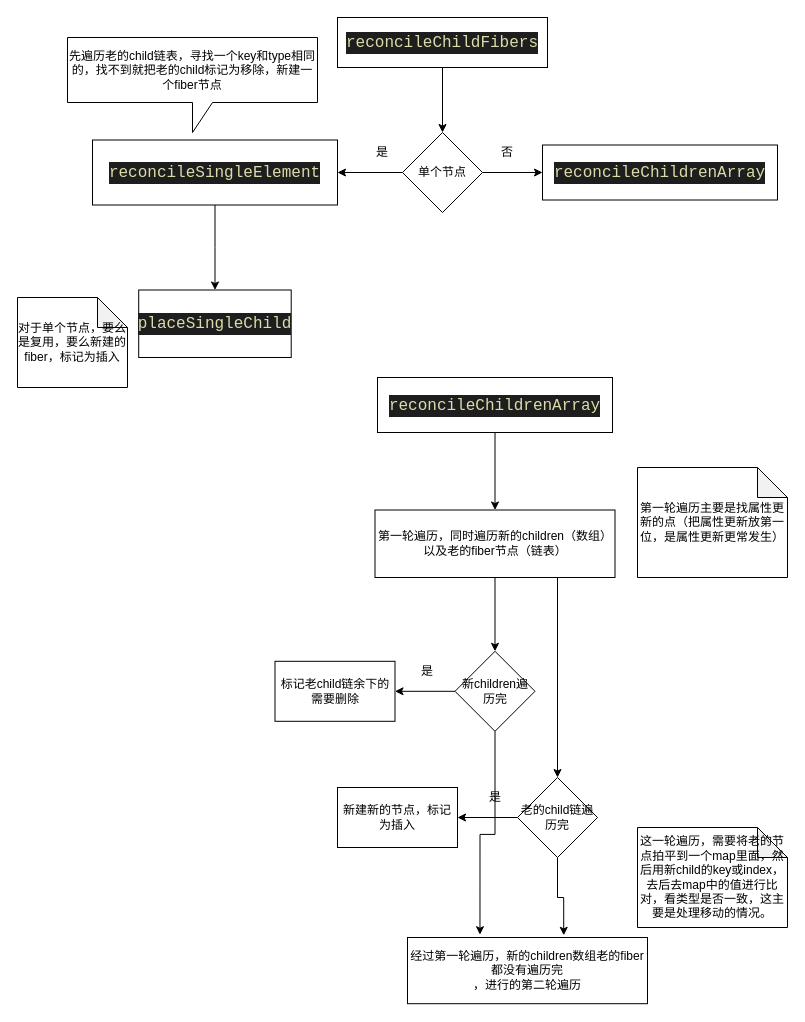
Above: react/reconcile.dio in chunyimo/source_code_read (draw.io), before the change. Source tidied: cells renumbered, new cells numbered last; positions are measured from the earlier drawing's top-left corner, leaving out a move shared by most shapes. Both pictures are drawn from the tidied source at 100%, with x=0, y=0 at pixel (17, 17).
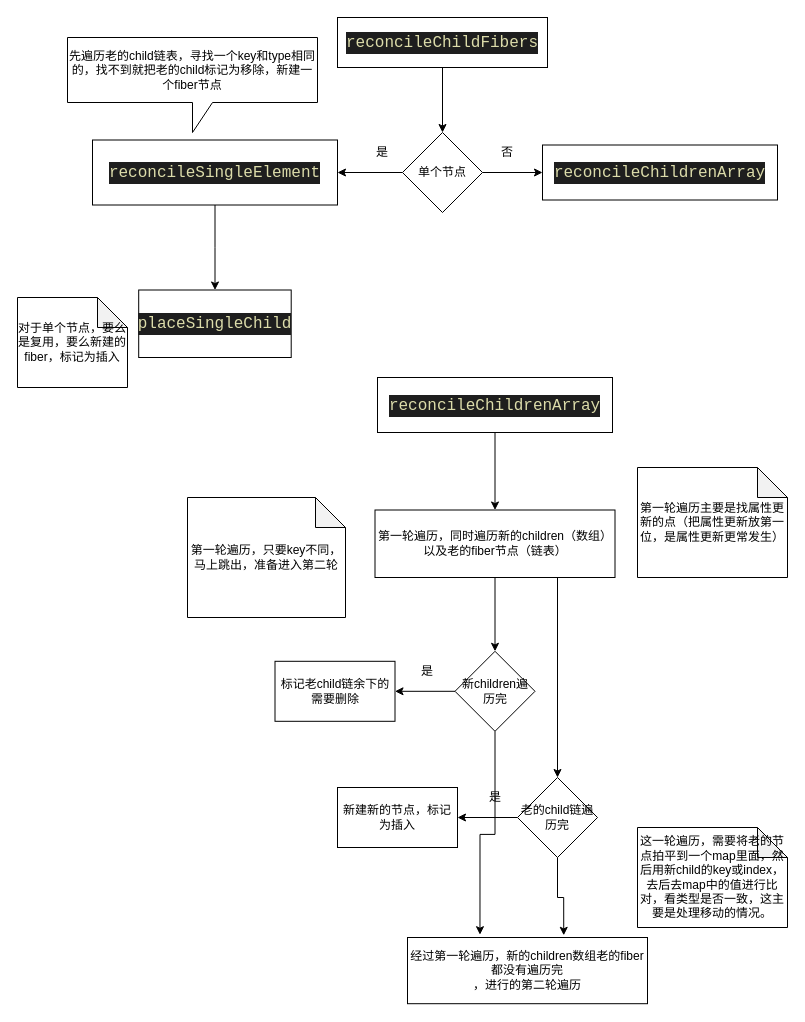
After the change.

What changed in the source:
```diff
@@
+    <mxCell id="33" value="第一轮遍历，只要key不同，马上跳出，准备进入第二轮" style="shape=note;whiteSpace=wrap;html=1;backgroundOutline=1;darkOpacity=0.05;" parent="1" vertex="1">
+      <mxGeometry x="170" y="480" width="158" height="120" as="geometry" />
+    </mxCell>
```
